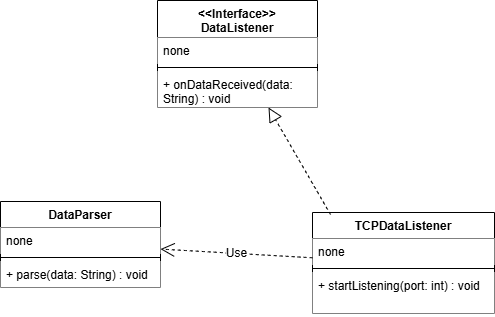
AlexandreKup/signal_project keeps this draw.io diagram as uml_models/ingestion_system.png. Above is the earlier version. Source tidied: cells renumbered, new cells last; positions are measured from the earlier drawing's top-left corner, leaving out a move shared by most shapes.
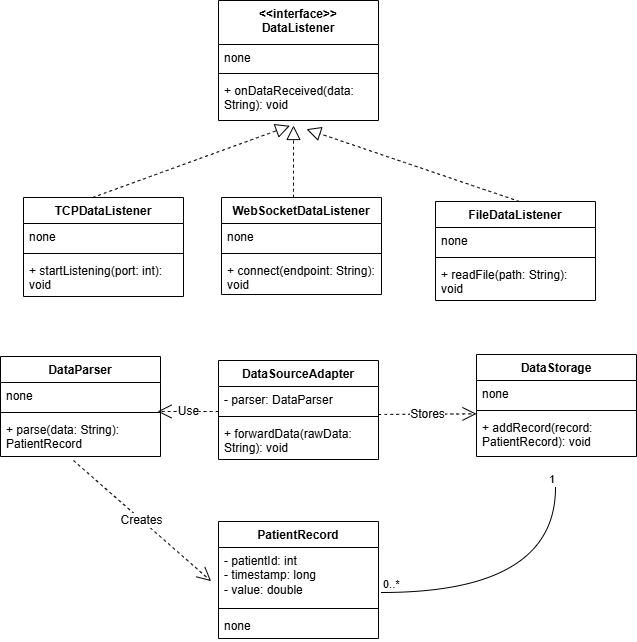
Above is the later version.

The edit, as a diff of the source:
```diff
@@ -1,48 +1,146 @@
-<mxGraphModel>
+<mxGraphModel background="#ffffff">
   <root>
     <mxCell id="0" />
     <mxCell id="1" parent="0" />
-    <mxCell id="2" value="&lt;div&gt;&amp;lt;&amp;lt;Interface&amp;gt;&amp;gt;&lt;/div&gt;DataListener" style="swimlane;fontStyle=1;align=center;verticalAlign=top;horizontal=1;startSize=37;whiteSpace=wrap;html=1;" parent="1" vertex="1">
-      <mxGeometry x="157" width="160" height="107" as="geometry" />
-    </mxCell>
-    <mxCell id="3" value="none" style="text;strokeColor=none;fillColor=default;align=left;verticalAlign=top;spacingLeft=4;spacingRight=4;overflow=hidden;whiteSpace=wrap;html=1;" parent="2" vertex="1">
-      <mxGeometry y="37" width="160" height="26" as="geometry" />
-    </mxCell>
-    <mxCell id="4" style="line;strokeWidth=1;fillColor=none;align=left;verticalAlign=middle;spacingTop=-1;spacingLeft=3;spacingRight=3;labelPosition=right;strokeColor=inherit;" parent="2" vertex="1">
-      <mxGeometry y="63" width="160" height="8" as="geometry" />
-    </mxCell>
-    <mxCell id="5" value="+ onDataReceived(data: String) : void" style="text;strokeColor=none;fillColor=default;align=left;verticalAlign=top;spacingLeft=4;spacingRight=4;overflow=hidden;whiteSpace=wrap;html=1;" parent="2" vertex="1">
-      <mxGeometry y="71" width="160" height="36" as="geometry" />
-    </mxCell>
+    <mxCell id="16" value="&lt;div&gt;&amp;lt;&amp;lt;interface&amp;gt;&amp;gt;&lt;/div&gt;&lt;div&gt;DataListener&lt;/div&gt;" style="swimlane;fontStyle=1;align=center;verticalAlign=top;horizontal=1;startSize=44;whiteSpace=wrap;html=1;" parent="1" vertex="1">
+      <mxGeometry x="282" y="286" width="160" height="120" as="geometry" />
+    </mxCell>
+    <mxCell id="17" value="none" style="text;strokeColor=none;fillColor=none;align=left;verticalAlign=top;spacingLeft=4;spacingRight=4;overflow=hidden;whiteSpace=wrap;html=1;" parent="16" vertex="1">
+      <mxGeometry y="44" width="160" height="25" as="geometry" />
+    </mxCell>
+    <mxCell id="18" style="line;strokeWidth=1;fillColor=none;align=left;verticalAlign=middle;spacingTop=-1;spacingLeft=3;spacingRight=3;labelPosition=right;strokeColor=inherit;" parent="16" vertex="1">
+      <mxGeometry y="69" width="160" height="8" as="geometry" />
+    </mxCell>
+    <mxCell id="19" value="+ onDataReceived(data: String): void" style="text;strokeColor=none;fillColor=none;align=left;verticalAlign=top;spacingLeft=4;spacingRight=4;overflow=hidden;points=[[0,0.5],[1,0.5]];portConstraint=eastwest;whiteSpace=wrap;html=1;" parent="16" vertex="1">
+      <mxGeometry y="77" width="160" height="43" as="geometry" />
+    </mxCell>
+    <mxCell id="10" value="TCPDataListener" style="swimlane;fontStyle=1;align=center;verticalAlign=top;horizontal=1;startSize=26;whiteSpace=wrap;html=1;" parent="1" vertex="1">
+      <mxGeometry x="87" y="483" width="160" height="99" as="geometry" />
+    </mxCell>
+    <mxCell id="20" value="none" style="text;strokeColor=none;fillColor=none;align=left;verticalAlign=top;spacingLeft=4;spacingRight=4;overflow=hidden;whiteSpace=wrap;html=1;" parent="10" vertex="1">
+      <mxGeometry y="26" width="160" height="26" as="geometry" />
+    </mxCell>
+    <mxCell id="21" style="line;strokeWidth=1;fillColor=none;align=left;verticalAlign=middle;spacingTop=-1;spacingLeft=3;spacingRight=3;labelPosition=right;strokeColor=inherit;" parent="10" vertex="1">
+      <mxGeometry y="52" width="160" height="8" as="geometry" />
+    </mxCell>
+    <mxCell id="22" value="+ startListening(port: int): void" style="text;strokeColor=none;fillColor=none;align=left;verticalAlign=top;spacingLeft=4;spacingRight=4;overflow=hidden;whiteSpace=wrap;html=1;" parent="10" vertex="1">
+      <mxGeometry y="60" width="160" height="39" as="geometry" />
+    </mxCell>
+    <mxCell id="23" value="WebSocketDataListener" style="swimlane;fontStyle=1;align=center;verticalAlign=top;horizontal=1;startSize=26;whiteSpace=wrap;html=1;" parent="1" vertex="1">
+      <mxGeometry x="285" y="483" width="160" height="97" as="geometry" />
+    </mxCell>
+    <mxCell id="24" value="none" style="text;strokeColor=none;fillColor=none;align=left;verticalAlign=top;spacingLeft=4;spacingRight=4;overflow=hidden;whiteSpace=wrap;html=1;" parent="23" vertex="1">
+      <mxGeometry y="26" width="160" height="26" as="geometry" />
+    </mxCell>
+    <mxCell id="25" style="line;strokeWidth=1;fillColor=none;align=left;verticalAlign=middle;spacingTop=-1;spacingLeft=3;spacingRight=3;labelPosition=right;strokeColor=inherit;" parent="23" vertex="1">
+      <mxGeometry y="52" width="160" height="8" as="geometry" />
+    </mxCell>
+    <mxCell id="26" value="+ connect(endpoint: String): void" style="text;strokeColor=none;fillColor=none;align=left;verticalAlign=top;spacingLeft=4;spacingRight=4;overflow=hidden;whiteSpace=wrap;html=1;" parent="23" vertex="1">
+      <mxGeometry y="60" width="160" height="37" as="geometry" />
+    </mxCell>
+    <mxCell id="27" value="FileDataListener" style="swimlane;fontStyle=1;align=center;verticalAlign=top;horizontal=1;startSize=26;whiteSpace=wrap;html=1;" parent="1" vertex="1">
+      <mxGeometry x="499" y="487" width="160" height="99" as="geometry" />
+    </mxCell>
+    <mxCell id="28" value="none" style="text;strokeColor=none;fillColor=none;align=left;verticalAlign=top;spacingLeft=4;spacingRight=4;overflow=hidden;whiteSpace=wrap;html=1;" parent="27" vertex="1">
+      <mxGeometry y="26" width="160" height="26" as="geometry" />
+    </mxCell>
+    <mxCell id="29" style="line;strokeWidth=1;fillColor=none;align=left;verticalAlign=middle;spacingTop=-1;spacingLeft=3;spacingRight=3;labelPosition=right;strokeColor=inherit;" parent="27" vertex="1">
+      <mxGeometry y="52" width="160" height="8" as="geometry" />
+    </mxCell>
+    <mxCell id="30" value="+ readFile(path: String): void" style="text;strokeColor=none;fillColor=none;align=left;verticalAlign=top;spacingLeft=4;spacingRight=4;overflow=hidden;whiteSpace=wrap;html=1;" parent="27" vertex="1">
+      <mxGeometry y="60" width="160" height="39" as="geometry" />
+    </mxCell>
     <mxCell id="6" value="DataParser" style="swimlane;fontStyle=1;align=center;verticalAlign=top;horizontal=1;startSize=26;whiteSpace=wrap;html=1;" parent="1" vertex="1">
-      <mxGeometry y="201" width="160" height="86" as="geometry" />
+      <mxGeometry x="64" y="642" width="160" height="100" as="geometry" />
     </mxCell>
-    <mxCell id="7" value="none" style="text;strokeColor=none;fillColor=default;align=left;verticalAlign=top;spacingLeft=4;spacingRight=4;overflow=hidden;whiteSpace=wrap;html=1;" parent="6" vertex="1">
-      <mxGeometry y="26" width="160" height="26" as="geometry" />
-    </mxCell>
-    <mxCell id="8" style="line;strokeWidth=1;fillColor=none;align=left;verticalAlign=middle;spacingTop=-1;spacingLeft=3;spacingRight=3;labelPosition=right;strokeColor=inherit;" parent="6" vertex="1">
-      <mxGeometry y="52" width="160" height="8" as="geometry" />
-    </mxCell>
-    <mxCell id="9" value="+ parse(data: String) : void&lt;div&gt;&lt;br&gt;&lt;/div&gt;" style="text;strokeColor=none;fillColor=default;align=left;verticalAlign=top;spacingLeft=4;spacingRight=4;overflow=hidden;whiteSpace=wrap;html=1;" parent="6" vertex="1">
-      <mxGeometry y="60" width="160" height="26" as="geometry" />
-    </mxCell>
-    <mxCell id="10" value="TCPDataListener" style="swimlane;fontStyle=1;align=center;verticalAlign=top;horizontal=1;startSize=26;whiteSpace=wrap;html=1;" parent="1" vertex="1">
-      <mxGeometry x="312" y="212" width="182" height="101" as="geometry" />
-    </mxCell>
-    <mxCell id="11" value="none&lt;div&gt;&lt;br&gt;&lt;/div&gt;" style="text;strokeColor=none;fillColor=default;align=left;verticalAlign=top;spacingLeft=4;spacingRight=4;overflow=hidden;whiteSpace=wrap;html=1;" parent="10" vertex="1">
-      <mxGeometry y="26" width="182" height="26" as="geometry" />
-    </mxCell>
-    <mxCell id="12" style="line;strokeWidth=1;fillColor=none;align=left;verticalAlign=middle;spacingTop=-1;spacingLeft=3;spacingRight=3;labelPosition=right;strokeColor=inherit;" parent="10" vertex="1">
-      <mxGeometry y="52" width="182" height="8" as="geometry" />
-    </mxCell>
-    <mxCell id="13" value="+ startListening(port: int) : void&lt;div&gt;&lt;br&gt;&lt;/div&gt;" style="text;strokeColor=none;fillColor=default;align=left;verticalAlign=top;spacingLeft=4;spacingRight=4;overflow=hidden;whiteSpace=wrap;html=1;" parent="10" vertex="1">
-      <mxGeometry y="60" width="182" height="41" as="geometry" />
-    </mxCell>
-    <mxCell id="14" style="endArrow=block;dashed=1;endFill=0;endSize=12;html=1;rounded=0;fontSize=12;curved=1;exitX=0.099;exitY=0.02;exitDx=0;exitDy=0;exitPerimeter=0;" parent="1" edge="1" source="10" target="2">
-      <mxGeometry relative="1" as="geometry" />
-    </mxCell>
+    <mxCell id="31" value="none" style="text;strokeColor=none;fillColor=none;align=left;verticalAlign=top;spacingLeft=4;spacingRight=4;overflow=hidden;whiteSpace=wrap;html=1;" parent="6" vertex="1">
+      <mxGeometry y="26" width="160" height="26" as="geometry" />
+    </mxCell>
+    <mxCell id="32" style="line;strokeWidth=1;fillColor=none;align=left;verticalAlign=middle;spacingTop=-1;spacingLeft=3;spacingRight=3;labelPosition=right;strokeColor=inherit;" parent="6" vertex="1">
+      <mxGeometry y="52" width="160" height="8" as="geometry" />
+    </mxCell>
+    <mxCell id="33" value="+ parse(data: String): PatientRecord" style="text;strokeColor=none;fillColor=none;align=left;verticalAlign=top;spacingLeft=4;spacingRight=4;overflow=hidden;whiteSpace=wrap;html=1;" parent="6" vertex="1">
+      <mxGeometry y="60" width="160" height="40" as="geometry" />
+    </mxCell>
+    <mxCell id="34" value="DataSourceAdapter" style="swimlane;fontStyle=1;align=center;verticalAlign=top;horizontal=1;startSize=26;whiteSpace=wrap;html=1;" parent="1" vertex="1">
+      <mxGeometry x="282" y="646" width="160" height="99" as="geometry" />
+    </mxCell>
+    <mxCell id="35" value="- parser: DataParser" style="text;strokeColor=none;fillColor=none;align=left;verticalAlign=top;spacingLeft=4;spacingRight=4;overflow=hidden;whiteSpace=wrap;html=1;" parent="34" vertex="1">
+      <mxGeometry y="26" width="160" height="26" as="geometry" />
+    </mxCell>
-    <mxCell id="15" value="Use" style="endArrow=open;endSize=12;dashed=1;html=1;rounded=0;fontSize=12;curved=1;" parent="1" edge="1" source="10" target="6">
-      <mxGeometry relative="1" as="geometry" />
+    <mxCell id="15" value="Use" style="endArrow=open;endSize=12;dashed=1;html=1;rounded=0;fontSize=12;curved=1;" parent="34" edge="1">
+      <mxGeometry relative="1" as="geometry">
+        <mxPoint y="51" as="sourcePoint" />
+        <mxPoint x="-61" y="51" as="targetPoint" />
+      </mxGeometry>
     </mxCell>
+    <mxCell id="36" style="line;strokeWidth=1;fillColor=none;align=left;verticalAlign=middle;spacingTop=-1;spacingLeft=3;spacingRight=3;labelPosition=right;strokeColor=inherit;" parent="34" vertex="1">
+      <mxGeometry y="52" width="160" height="8" as="geometry" />
+    </mxCell>
+    <mxCell id="37" value="+ forwardData(rawData: String): void" style="text;strokeColor=none;fillColor=none;align=left;verticalAlign=top;spacingLeft=4;spacingRight=4;overflow=hidden;whiteSpace=wrap;html=1;" parent="34" vertex="1">
+      <mxGeometry y="60" width="160" height="39" as="geometry" />
+    </mxCell>
+    <mxCell id="38" value="DataStorage" style="swimlane;fontStyle=1;align=center;verticalAlign=top;horizontal=1;startSize=26;whiteSpace=wrap;html=1;" parent="1" vertex="1">
+      <mxGeometry x="540" y="640" width="160" height="102" as="geometry" />
+    </mxCell>
+    <mxCell id="39" value="none" style="text;strokeColor=none;fillColor=none;align=left;verticalAlign=top;spacingLeft=4;spacingRight=4;overflow=hidden;points=[[0,0.5],[1,0.5]];portConstraint=eastwest;whiteSpace=wrap;html=1;" parent="38" vertex="1">
+      <mxGeometry y="26" width="160" height="26" as="geometry" />
+    </mxCell>
+    <mxCell id="40" style="line;strokeWidth=1;fillColor=none;align=left;verticalAlign=middle;spacingTop=-1;spacingLeft=3;spacingRight=3;labelPosition=right;strokeColor=inherit;" parent="38" vertex="1">
+      <mxGeometry y="52" width="160" height="8" as="geometry" />
+    </mxCell>
+    <mxCell id="41" value="+ addRecord(record: PatientRecord): void" style="text;strokeColor=none;fillColor=none;align=left;verticalAlign=top;spacingLeft=4;spacingRight=4;overflow=hidden;whiteSpace=wrap;html=1;" parent="38" vertex="1">
+      <mxGeometry y="60" width="160" height="42" as="geometry" />
+    </mxCell>
+    <mxCell id="42" value="PatientRecord" style="swimlane;fontStyle=1;align=center;verticalAlign=top;horizontal=1;startSize=26;whiteSpace=wrap;html=1;" parent="1" vertex="1">
+      <mxGeometry x="282" y="807" width="160" height="117" as="geometry" />
+    </mxCell>
+    <mxCell id="43" value="&lt;div&gt;- patientId: int&lt;/div&gt;&lt;div&gt;- timestamp: long&lt;/div&gt;&lt;div&gt;- value: double&lt;/div&gt;" style="text;strokeColor=none;fillColor=none;align=left;verticalAlign=top;spacingLeft=4;spacingRight=4;overflow=hidden;points=[[0,0.5],[1,0.5]];portConstraint=eastwest;whiteSpace=wrap;html=1;" parent="42" vertex="1">
+      <mxGeometry y="26" width="160" height="57" as="geometry" />
+    </mxCell>
+    <mxCell id="44" style="line;strokeWidth=1;fillColor=none;align=left;verticalAlign=middle;spacingTop=-1;spacingLeft=3;spacingRight=3;labelPosition=right;strokeColor=inherit;" parent="42" vertex="1">
+      <mxGeometry y="83" width="160" height="8" as="geometry" />
+    </mxCell>
+    <mxCell id="45" value="none" style="text;strokeColor=none;fillColor=none;align=left;verticalAlign=top;spacingLeft=4;spacingRight=4;overflow=hidden;whiteSpace=wrap;html=1;" parent="42" vertex="1">
+      <mxGeometry y="91" width="160" height="26" as="geometry" />
+    </mxCell>
+    <mxCell id="46" style="endArrow=block;dashed=1;endFill=0;endSize=12;html=1;rounded=0;fontSize=12;curved=1;entryX=0.446;entryY=1.124;entryDx=0;entryDy=0;entryPerimeter=0;" parent="1" edge="1" target="19">
+      <mxGeometry relative="1" as="geometry">
+        <mxPoint x="156" y="483" as="sourcePoint" />
+      </mxGeometry>
+    </mxCell>
+    <mxCell id="47" style="endArrow=block;dashed=1;endFill=0;endSize=12;html=1;rounded=0;fontSize=12;curved=1;" parent="1" edge="1">
+      <mxGeometry relative="1" as="geometry">
+        <mxPoint x="357" y="483" as="sourcePoint" />
+        <mxPoint x="357" y="411" as="targetPoint" />
+      </mxGeometry>
+    </mxCell>
+    <mxCell id="48" style="endArrow=block;dashed=1;endFill=0;endSize=12;html=1;rounded=0;fontSize=12;curved=1;entryX=0.55;entryY=1.202;entryDx=0;entryDy=0;entryPerimeter=0;" parent="1" edge="1" target="19">
+      <mxGeometry relative="1" as="geometry">
+        <mxPoint x="583" y="487" as="sourcePoint" />
+      </mxGeometry>
+    </mxCell>
+    <mxCell id="49" value="Stores" style="endArrow=open;endSize=12;dashed=1;html=1;rounded=0;fontSize=12;curved=1;entryX=0;entryY=1.282;entryDx=0;entryDy=0;entryPerimeter=0;" parent="1" edge="1" target="39">
+      <mxGeometry relative="1" as="geometry">
+        <mxPoint x="442" y="700" as="sourcePoint" />
+      </mxGeometry>
+    </mxCell>
+    <mxCell id="50" value="Creates" style="endArrow=open;endSize=12;dashed=1;html=1;rounded=0;fontSize=12;curved=1;entryX=-0.046;entryY=0.591;entryDx=0;entryDy=0;entryPerimeter=0;" parent="1" edge="1" target="43">
+      <mxGeometry relative="1" as="geometry">
+        <mxPoint x="137" y="746" as="sourcePoint" />
+      </mxGeometry>
+    </mxCell>
+    <mxCell id="51" style="endArrow=none;html=1;edgeStyle=orthogonalEdgeStyle;rounded=0;fontSize=12;startSize=8;endSize=8;curved=1;" parent="1" edge="1">
+      <mxGeometry relative="1" as="geometry">
+        <mxPoint x="445" y="878" as="sourcePoint" />
+        <mxPoint x="619" y="773" as="targetPoint" />
+      </mxGeometry>
+    </mxCell>
+    <mxCell id="52" value="0..*" style="edgeLabel;html=1;align=left;verticalAlign=bottom;" parent="51" vertex="1">
+      <mxGeometry x="-1" relative="1" as="geometry" />
+    </mxCell>
+    <mxCell id="53" value="1" style="edgeLabel;html=1;align=right;verticalAlign=bottom;" parent="51" vertex="1">
+      <mxGeometry x="1" relative="1" as="geometry" />
+    </mxCell>
   </root>
 </mxGraphModel>
```
